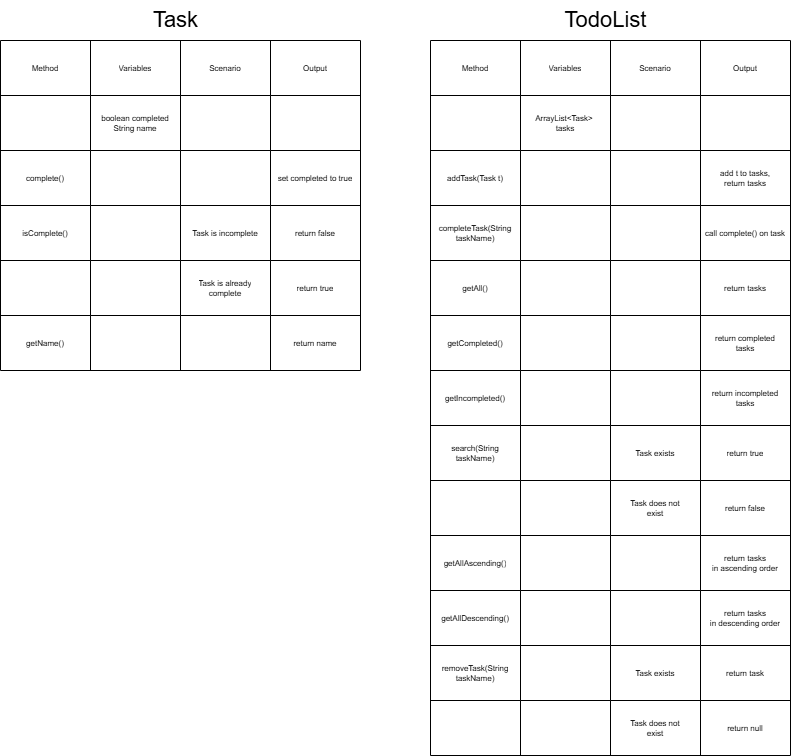
Earlier version of the draw.io export domain-model.png (Marcus0410/java-tdd-todo-list). Source tidied: cells renumbered, new cells last; positions are measured from the earlier drawing's top-left corner, leaving out a move shared by most shapes.
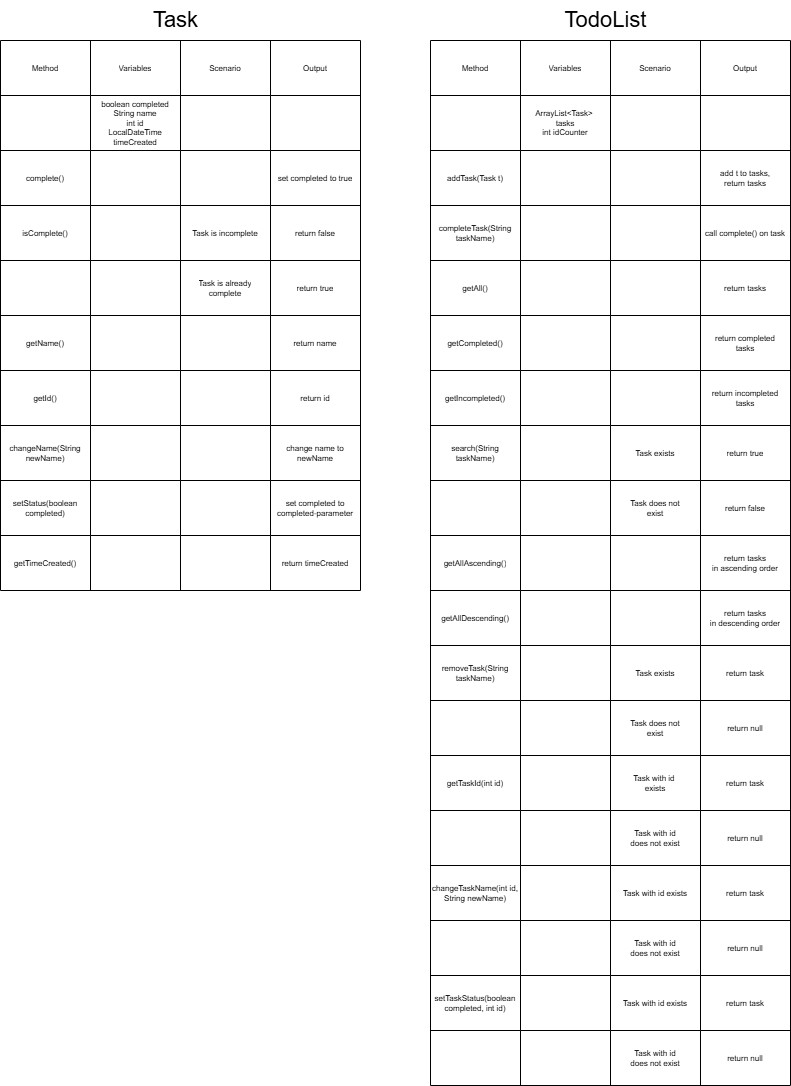
Later version of the same file.

Commit message:
started extension, implemented Task tests

What changed in the source:
```diff
@@ -3,7 +3,7 @@
     <mxCell id="0" />
     <mxCell id="1" parent="0" />
     <mxCell id="2" style="shape=table;startSize=0;fontSize=10;" parent="1" vertex="1">
-      <mxGeometry x="430" y="40" width="360" height="715" as="geometry" />
+      <mxGeometry x="430" y="40" width="360" height="1045" as="geometry" />
     </mxCell>
     <mxCell id="3" style="shape=tableRow;horizontal=0;startSize=0;swimlaneHead=0;swimlaneBody=0;strokeColor=inherit;top=0;left=0;bottom=0;right=0;fillColor=none;" parent="2" vertex="1">
       <mxGeometry width="360" height="55" as="geometry" />
@@ -26,7 +26,7 @@
     <mxCell id="9" style="shape=partialRectangle;html=1;whiteSpace=wrap;strokeColor=inherit;overflow=hidden;fillColor=none;top=0;left=0;bottom=0;right=0;fontSize=8;" parent="8" vertex="1">
       <mxGeometry width="90" height="55" as="geometry" />
     </mxCell>
-    <mxCell id="10" value="ArrayList&amp;lt;Task&amp;gt;&amp;nbsp;&lt;div&gt;tasks&lt;/div&gt;" style="shape=partialRectangle;html=1;whiteSpace=wrap;strokeColor=inherit;overflow=hidden;fillColor=none;top=0;left=0;bottom=0;right=0;fontSize=8;" parent="8" vertex="1">
+    <mxCell id="10" value="ArrayList&amp;lt;Task&amp;gt;&amp;nbsp;&lt;div&gt;tasks&lt;/div&gt;&lt;div&gt;int idCounter&lt;/div&gt;" style="shape=partialRectangle;html=1;whiteSpace=wrap;strokeColor=inherit;overflow=hidden;fillColor=none;top=0;left=0;bottom=0;right=0;fontSize=8;" parent="8" vertex="1">
       <mxGeometry x="90" width="90" height="55" as="geometry" />
     </mxCell>
     <mxCell id="11" style="shape=partialRectangle;html=1;whiteSpace=wrap;strokeColor=inherit;overflow=hidden;fillColor=none;top=0;left=0;bottom=0;right=0;fontSize=8;" parent="8" vertex="1">
@@ -200,11 +200,101 @@
     <mxCell id="67" value="return null" style="shape=partialRectangle;html=1;whiteSpace=wrap;strokeColor=inherit;overflow=hidden;fillColor=none;top=0;left=0;bottom=0;right=0;fontSize=8;" parent="63" vertex="1">
       <mxGeometry x="270" width="90" height="55" as="geometry" />
     </mxCell>
+    <mxCell id="101" style="shape=tableRow;horizontal=0;startSize=0;swimlaneHead=0;swimlaneBody=0;strokeColor=inherit;top=0;left=0;bottom=0;right=0;fillColor=none;" parent="2" vertex="1">
+      <mxGeometry y="715" width="360" height="55" as="geometry" />
+    </mxCell>
+    <mxCell id="102" value="getTaskId(int id)" style="shape=partialRectangle;html=1;whiteSpace=wrap;strokeColor=inherit;overflow=hidden;fillColor=none;top=0;left=0;bottom=0;right=0;fontSize=8;" parent="101" vertex="1">
+      <mxGeometry width="90" height="55" as="geometry" />
+    </mxCell>
+    <mxCell id="103" style="shape=partialRectangle;html=1;whiteSpace=wrap;strokeColor=inherit;overflow=hidden;fillColor=none;top=0;left=0;bottom=0;right=0;fontSize=8;" parent="101" vertex="1">
+      <mxGeometry x="90" width="90" height="55" as="geometry" />
+    </mxCell>
+    <mxCell id="104" value="Task with id&amp;nbsp;&lt;div&gt;exists&lt;/div&gt;" style="shape=partialRectangle;html=1;whiteSpace=wrap;strokeColor=inherit;overflow=hidden;fillColor=none;top=0;left=0;bottom=0;right=0;fontSize=8;" parent="101" vertex="1">
+      <mxGeometry x="180" width="90" height="55" as="geometry" />
+    </mxCell>
+    <mxCell id="105" value="return task" style="shape=partialRectangle;html=1;whiteSpace=wrap;strokeColor=inherit;overflow=hidden;fillColor=none;top=0;left=0;bottom=0;right=0;fontSize=8;" parent="101" vertex="1">
+      <mxGeometry x="270" width="90" height="55" as="geometry" />
+    </mxCell>
+    <mxCell id="106" style="shape=tableRow;horizontal=0;startSize=0;swimlaneHead=0;swimlaneBody=0;strokeColor=inherit;top=0;left=0;bottom=0;right=0;fillColor=none;" parent="2" vertex="1">
+      <mxGeometry y="770" width="360" height="55" as="geometry" />
+    </mxCell>
+    <mxCell id="107" style="shape=partialRectangle;html=1;whiteSpace=wrap;strokeColor=inherit;overflow=hidden;fillColor=none;top=0;left=0;bottom=0;right=0;fontSize=8;" parent="106" vertex="1">
+      <mxGeometry width="90" height="55" as="geometry" />
+    </mxCell>
+    <mxCell id="108" style="shape=partialRectangle;html=1;whiteSpace=wrap;strokeColor=inherit;overflow=hidden;fillColor=none;top=0;left=0;bottom=0;right=0;fontSize=8;" parent="106" vertex="1">
+      <mxGeometry x="90" width="90" height="55" as="geometry" />
+    </mxCell>
+    <mxCell id="109" value="Task with id&lt;div&gt;does not exist&lt;/div&gt;" style="shape=partialRectangle;html=1;whiteSpace=wrap;strokeColor=inherit;overflow=hidden;fillColor=none;top=0;left=0;bottom=0;right=0;fontSize=8;" parent="106" vertex="1">
+      <mxGeometry x="180" width="90" height="55" as="geometry" />
+    </mxCell>
+    <mxCell id="110" value="return null" style="shape=partialRectangle;html=1;whiteSpace=wrap;strokeColor=inherit;overflow=hidden;fillColor=none;top=0;left=0;bottom=0;right=0;fontSize=8;" parent="106" vertex="1">
+      <mxGeometry x="270" width="90" height="55" as="geometry" />
+    </mxCell>
+    <mxCell id="111" style="shape=tableRow;horizontal=0;startSize=0;swimlaneHead=0;swimlaneBody=0;strokeColor=inherit;top=0;left=0;bottom=0;right=0;fillColor=none;" parent="2" vertex="1">
+      <mxGeometry y="825" width="360" height="55" as="geometry" />
+    </mxCell>
+    <mxCell id="112" value="changeTaskName(int id, String newName)" style="shape=partialRectangle;html=1;whiteSpace=wrap;strokeColor=inherit;overflow=hidden;fillColor=none;top=0;left=0;bottom=0;right=0;fontSize=8;" parent="111" vertex="1">
+      <mxGeometry width="90" height="55" as="geometry" />
+    </mxCell>
+    <mxCell id="113" style="shape=partialRectangle;html=1;whiteSpace=wrap;strokeColor=inherit;overflow=hidden;fillColor=none;top=0;left=0;bottom=0;right=0;fontSize=8;" parent="111" vertex="1">
+      <mxGeometry x="90" width="90" height="55" as="geometry" />
+    </mxCell>
+    <mxCell id="114" value="Task with id exists" style="shape=partialRectangle;html=1;whiteSpace=wrap;strokeColor=inherit;overflow=hidden;fillColor=none;top=0;left=0;bottom=0;right=0;fontSize=8;" parent="111" vertex="1">
+      <mxGeometry x="180" width="90" height="55" as="geometry" />
+    </mxCell>
+    <mxCell id="115" value="return task" style="shape=partialRectangle;html=1;whiteSpace=wrap;strokeColor=inherit;overflow=hidden;fillColor=none;top=0;left=0;bottom=0;right=0;fontSize=8;" parent="111" vertex="1">
+      <mxGeometry x="270" width="90" height="55" as="geometry" />
+    </mxCell>
+    <mxCell id="116" style="shape=tableRow;horizontal=0;startSize=0;swimlaneHead=0;swimlaneBody=0;strokeColor=inherit;top=0;left=0;bottom=0;right=0;fillColor=none;" parent="2" vertex="1">
+      <mxGeometry y="880" width="360" height="55" as="geometry" />
+    </mxCell>
+    <mxCell id="117" style="shape=partialRectangle;html=1;whiteSpace=wrap;strokeColor=inherit;overflow=hidden;fillColor=none;top=0;left=0;bottom=0;right=0;fontSize=8;" parent="116" vertex="1">
+      <mxGeometry width="90" height="55" as="geometry" />
+    </mxCell>
+    <mxCell id="118" style="shape=partialRectangle;html=1;whiteSpace=wrap;strokeColor=inherit;overflow=hidden;fillColor=none;top=0;left=0;bottom=0;right=0;fontSize=8;" parent="116" vertex="1">
+      <mxGeometry x="90" width="90" height="55" as="geometry" />
+    </mxCell>
+    <mxCell id="119" value="Task with id&lt;div&gt;does not exist&lt;/div&gt;" style="shape=partialRectangle;html=1;whiteSpace=wrap;strokeColor=inherit;overflow=hidden;fillColor=none;top=0;left=0;bottom=0;right=0;fontSize=8;" parent="116" vertex="1">
+      <mxGeometry x="180" width="90" height="55" as="geometry" />
+    </mxCell>
+    <mxCell id="120" value="return null" style="shape=partialRectangle;html=1;whiteSpace=wrap;strokeColor=inherit;overflow=hidden;fillColor=none;top=0;left=0;bottom=0;right=0;fontSize=8;" parent="116" vertex="1">
+      <mxGeometry x="270" width="90" height="55" as="geometry" />
+    </mxCell>
+    <mxCell id="121" style="shape=tableRow;horizontal=0;startSize=0;swimlaneHead=0;swimlaneBody=0;strokeColor=inherit;top=0;left=0;bottom=0;right=0;fillColor=none;" parent="2" vertex="1">
+      <mxGeometry y="935" width="360" height="55" as="geometry" />
+    </mxCell>
+    <mxCell id="122" value="setTaskStatus(boolean completed, int id)" style="shape=partialRectangle;html=1;whiteSpace=wrap;strokeColor=inherit;overflow=hidden;fillColor=none;top=0;left=0;bottom=0;right=0;fontSize=8;" parent="121" vertex="1">
+      <mxGeometry width="90" height="55" as="geometry" />
+    </mxCell>
+    <mxCell id="123" style="shape=partialRectangle;html=1;whiteSpace=wrap;strokeColor=inherit;overflow=hidden;fillColor=none;top=0;left=0;bottom=0;right=0;fontSize=8;" parent="121" vertex="1">
+      <mxGeometry x="90" width="90" height="55" as="geometry" />
+    </mxCell>
+    <mxCell id="124" value="Task with id exists" style="shape=partialRectangle;html=1;whiteSpace=wrap;strokeColor=inherit;overflow=hidden;fillColor=none;top=0;left=0;bottom=0;right=0;fontSize=8;" parent="121" vertex="1">
+      <mxGeometry x="180" width="90" height="55" as="geometry" />
+    </mxCell>
+    <mxCell id="125" value="return task" style="shape=partialRectangle;html=1;whiteSpace=wrap;strokeColor=inherit;overflow=hidden;fillColor=none;top=0;left=0;bottom=0;right=0;fontSize=8;" parent="121" vertex="1">
+      <mxGeometry x="270" width="90" height="55" as="geometry" />
+    </mxCell>
+    <mxCell id="126" style="shape=tableRow;horizontal=0;startSize=0;swimlaneHead=0;swimlaneBody=0;strokeColor=inherit;top=0;left=0;bottom=0;right=0;fillColor=none;" parent="2" vertex="1">
+      <mxGeometry y="990" width="360" height="55" as="geometry" />
+    </mxCell>
+    <mxCell id="127" style="shape=partialRectangle;html=1;whiteSpace=wrap;strokeColor=inherit;overflow=hidden;fillColor=none;top=0;left=0;bottom=0;right=0;fontSize=8;" parent="126" vertex="1">
+      <mxGeometry width="90" height="55" as="geometry" />
+    </mxCell>
+    <mxCell id="128" style="shape=partialRectangle;html=1;whiteSpace=wrap;strokeColor=inherit;overflow=hidden;fillColor=none;top=0;left=0;bottom=0;right=0;fontSize=8;" parent="126" vertex="1">
+      <mxGeometry x="90" width="90" height="55" as="geometry" />
+    </mxCell>
+    <mxCell id="129" value="Task with id&lt;div&gt;does not exist&lt;/div&gt;" style="shape=partialRectangle;html=1;whiteSpace=wrap;strokeColor=inherit;overflow=hidden;fillColor=none;top=0;left=0;bottom=0;right=0;fontSize=8;" parent="126" vertex="1">
+      <mxGeometry x="180" width="90" height="55" as="geometry" />
+    </mxCell>
+    <mxCell id="130" value="return null" style="shape=partialRectangle;html=1;whiteSpace=wrap;strokeColor=inherit;overflow=hidden;fillColor=none;top=0;left=0;bottom=0;right=0;fontSize=8;" parent="126" vertex="1">
+      <mxGeometry x="270" width="90" height="55" as="geometry" />
+    </mxCell>
     <mxCell id="68" value="&lt;font style=&quot;font-size: 22px;&quot;&gt;TodoList&lt;/font&gt;" style="text;html=1;align=center;verticalAlign=middle;strokeColor=none;fillColor=none;" parent="1" vertex="1">
       <mxGeometry x="550" width="110" height="40" as="geometry" />
     </mxCell>
     <mxCell id="69" style="shape=table;startSize=0;fontSize=10;" parent="1" vertex="1">
-      <mxGeometry y="40" width="360" height="330" as="geometry" />
+      <mxGeometry y="40" width="360" height="550" as="geometry" />
     </mxCell>
     <mxCell id="70" style="shape=tableRow;horizontal=0;startSize=0;swimlaneHead=0;swimlaneBody=0;strokeColor=inherit;top=0;left=0;bottom=0;right=0;fillColor=none;" parent="69" vertex="1">
       <mxGeometry width="360" height="55" as="geometry" />
@@ -227,7 +317,7 @@
     <mxCell id="76" style="shape=partialRectangle;html=1;whiteSpace=wrap;strokeColor=inherit;overflow=hidden;fillColor=none;top=0;left=0;bottom=0;right=0;fontSize=8;" parent="75" vertex="1">
       <mxGeometry width="90" height="55" as="geometry" />
     </mxCell>
-    <mxCell id="77" value="boolean completed&lt;div&gt;String name&lt;/div&gt;" style="shape=partialRectangle;html=1;whiteSpace=wrap;strokeColor=inherit;overflow=hidden;fillColor=none;top=0;left=0;bottom=0;right=0;fontSize=8;" parent="75" vertex="1">
+    <mxCell id="77" value="boolean completed&lt;div&gt;String name&lt;/div&gt;&lt;div&gt;int id&lt;/div&gt;&lt;div&gt;LocalDateTime timeCreated&lt;/div&gt;" style="shape=partialRectangle;html=1;whiteSpace=wrap;strokeColor=inherit;overflow=hidden;fillColor=none;top=0;left=0;bottom=0;right=0;fontSize=8;" parent="75" vertex="1">
       <mxGeometry x="90" width="90" height="55" as="geometry" />
     </mxCell>
     <mxCell id="78" style="shape=partialRectangle;html=1;whiteSpace=wrap;strokeColor=inherit;overflow=hidden;fillColor=none;top=0;left=0;bottom=0;right=0;fontSize=8;" parent="75" vertex="1">
@@ -296,6 +386,66 @@
     <mxCell id="99" value="return name" style="shape=partialRectangle;html=1;whiteSpace=wrap;strokeColor=inherit;overflow=hidden;fillColor=none;top=0;left=0;bottom=0;right=0;fontSize=8;" parent="95" vertex="1">
       <mxGeometry x="270" width="90" height="55" as="geometry" />
     </mxCell>
+    <mxCell id="131" style="shape=tableRow;horizontal=0;startSize=0;swimlaneHead=0;swimlaneBody=0;strokeColor=inherit;top=0;left=0;bottom=0;right=0;fillColor=none;" parent="69" vertex="1">
+      <mxGeometry y="330" width="360" height="55" as="geometry" />
+    </mxCell>
+    <mxCell id="132" value="getId()" style="shape=partialRectangle;html=1;whiteSpace=wrap;strokeColor=inherit;overflow=hidden;fillColor=none;top=0;left=0;bottom=0;right=0;fontSize=8;" parent="131" vertex="1">
+      <mxGeometry width="90" height="55" as="geometry" />
+    </mxCell>
+    <mxCell id="133" style="shape=partialRectangle;html=1;whiteSpace=wrap;strokeColor=inherit;overflow=hidden;fillColor=none;top=0;left=0;bottom=0;right=0;fontSize=8;" parent="131" vertex="1">
+      <mxGeometry x="90" width="90" height="55" as="geometry" />
+    </mxCell>
+    <mxCell id="134" style="shape=partialRectangle;html=1;whiteSpace=wrap;strokeColor=inherit;overflow=hidden;fillColor=none;top=0;left=0;bottom=0;right=0;fontSize=8;" parent="131" vertex="1">
+      <mxGeometry x="180" width="90" height="55" as="geometry" />
+    </mxCell>
+    <mxCell id="135" value="return id" style="shape=partialRectangle;html=1;whiteSpace=wrap;strokeColor=inherit;overflow=hidden;fillColor=none;top=0;left=0;bottom=0;right=0;fontSize=8;" parent="131" vertex="1">
+      <mxGeometry x="270" width="90" height="55" as="geometry" />
+    </mxCell>
+    <mxCell id="136" style="shape=tableRow;horizontal=0;startSize=0;swimlaneHead=0;swimlaneBody=0;strokeColor=inherit;top=0;left=0;bottom=0;right=0;fillColor=none;" parent="69" vertex="1">
+      <mxGeometry y="385" width="360" height="55" as="geometry" />
+    </mxCell>
+    <mxCell id="137" value="changeName(String newName)" style="shape=partialRectangle;html=1;whiteSpace=wrap;strokeColor=inherit;overflow=hidden;fillColor=none;top=0;left=0;bottom=0;right=0;fontSize=8;" parent="136" vertex="1">
+      <mxGeometry width="90" height="55" as="geometry" />
+    </mxCell>
+    <mxCell id="138" style="shape=partialRectangle;html=1;whiteSpace=wrap;strokeColor=inherit;overflow=hidden;fillColor=none;top=0;left=0;bottom=0;right=0;fontSize=8;" parent="136" vertex="1">
+      <mxGeometry x="90" width="90" height="55" as="geometry" />
+    </mxCell>
+    <mxCell id="139" style="shape=partialRectangle;html=1;whiteSpace=wrap;strokeColor=inherit;overflow=hidden;fillColor=none;top=0;left=0;bottom=0;right=0;fontSize=8;" parent="136" vertex="1">
+      <mxGeometry x="180" width="90" height="55" as="geometry" />
+    </mxCell>
+    <mxCell id="140" value="change name to newName" style="shape=partialRectangle;html=1;whiteSpace=wrap;strokeColor=inherit;overflow=hidden;fillColor=none;top=0;left=0;bottom=0;right=0;fontSize=8;" parent="136" vertex="1">
+      <mxGeometry x="270" width="90" height="55" as="geometry" />
+    </mxCell>
+    <mxCell id="141" style="shape=tableRow;horizontal=0;startSize=0;swimlaneHead=0;swimlaneBody=0;strokeColor=inherit;top=0;left=0;bottom=0;right=0;fillColor=none;" parent="69" vertex="1">
+      <mxGeometry y="440" width="360" height="55" as="geometry" />
+    </mxCell>
+    <mxCell id="142" value="setStatus(boolean completed)" style="shape=partialRectangle;html=1;whiteSpace=wrap;strokeColor=inherit;overflow=hidden;fillColor=none;top=0;left=0;bottom=0;right=0;fontSize=8;" parent="141" vertex="1">
+      <mxGeometry width="90" height="55" as="geometry" />
+    </mxCell>
+    <mxCell id="143" style="shape=partialRectangle;html=1;whiteSpace=wrap;strokeColor=inherit;overflow=hidden;fillColor=none;top=0;left=0;bottom=0;right=0;fontSize=8;" parent="141" vertex="1">
+      <mxGeometry x="90" width="90" height="55" as="geometry" />
+    </mxCell>
+    <mxCell id="144" style="shape=partialRectangle;html=1;whiteSpace=wrap;strokeColor=inherit;overflow=hidden;fillColor=none;top=0;left=0;bottom=0;right=0;fontSize=8;" parent="141" vertex="1">
+      <mxGeometry x="180" width="90" height="55" as="geometry" />
+    </mxCell>
+    <mxCell id="145" value="set completed to completed-parameter" style="shape=partialRectangle;html=1;whiteSpace=wrap;strokeColor=inherit;overflow=hidden;fillColor=none;top=0;left=0;bottom=0;right=0;fontSize=8;" parent="141" vertex="1">
+      <mxGeometry x="270" width="90" height="55" as="geometry" />
+    </mxCell>
+    <mxCell id="146" style="shape=tableRow;horizontal=0;startSize=0;swimlaneHead=0;swimlaneBody=0;strokeColor=inherit;top=0;left=0;bottom=0;right=0;fillColor=none;" parent="69" vertex="1">
+      <mxGeometry y="495" width="360" height="55" as="geometry" />
+    </mxCell>
+    <mxCell id="147" value="getTimeCreated()" style="shape=partialRectangle;html=1;whiteSpace=wrap;strokeColor=inherit;overflow=hidden;fillColor=none;top=0;left=0;bottom=0;right=0;fontSize=8;" parent="146" vertex="1">
+      <mxGeometry width="90" height="55" as="geometry" />
+    </mxCell>
+    <mxCell id="148" style="shape=partialRectangle;html=1;whiteSpace=wrap;strokeColor=inherit;overflow=hidden;fillColor=none;top=0;left=0;bottom=0;right=0;fontSize=8;" parent="146" vertex="1">
+      <mxGeometry x="90" width="90" height="55" as="geometry" />
+    </mxCell>
+    <mxCell id="149" style="shape=partialRectangle;html=1;whiteSpace=wrap;strokeColor=inherit;overflow=hidden;fillColor=none;top=0;left=0;bottom=0;right=0;fontSize=8;" parent="146" vertex="1">
+      <mxGeometry x="180" width="90" height="55" as="geometry" />
+    </mxCell>
+    <mxCell id="150" value="return timeCreated" style="shape=partialRectangle;html=1;whiteSpace=wrap;strokeColor=inherit;overflow=hidden;fillColor=none;top=0;left=0;bottom=0;right=0;fontSize=8;" parent="146" vertex="1">
+      <mxGeometry x="270" width="90" height="55" as="geometry" />
+    </mxCell>
     <mxCell id="100" value="&lt;font style=&quot;font-size: 22px;&quot;&gt;Task&lt;/font&gt;" style="text;html=1;align=center;verticalAlign=middle;strokeColor=none;fillColor=none;" parent="1" vertex="1">
       <mxGeometry x="140" width="70" height="40" as="geometry" />
     </mxCell>
```
